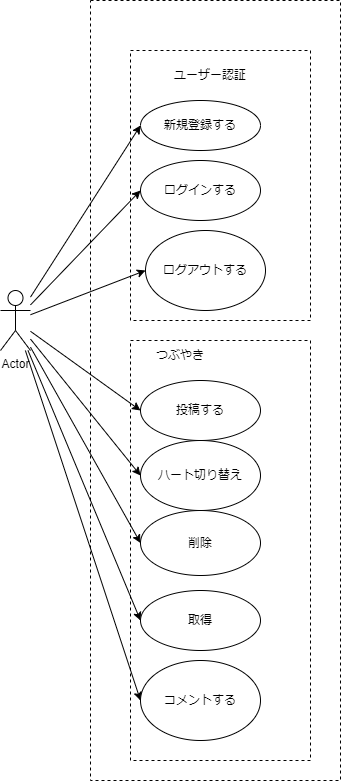
Earlier version of the draw.io export 設計/usecase.drawio.png (junnichi-tajima/SNS_test). Source tidied: cells renumbered, new cells last; positions are measured from the earlier drawing's top-left corner, leaving out a move shared by most shapes.
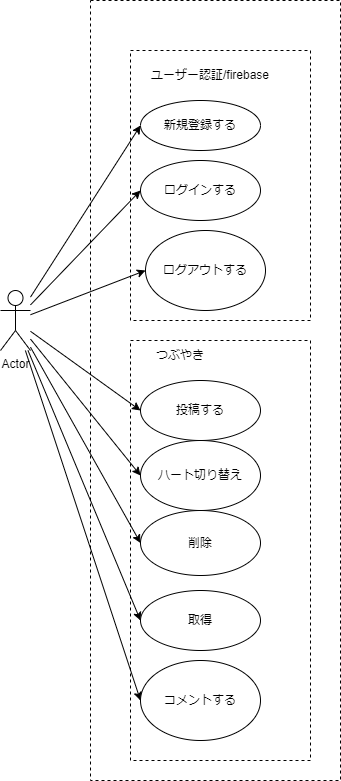
After the change.

Change to the diagram source:
```diff
@@ -38,8 +38,8 @@
     <mxCell id="13" value="Actor" style="shape=umlActor;verticalLabelPosition=bottom;verticalAlign=top;html=1;outlineConnect=0;" parent="1" vertex="1">
       <mxGeometry y="290" width="30" height="60" as="geometry" />
     </mxCell>
-    <mxCell id="14" value="ユーザー認証" style="text;html=1;strokeColor=none;fillColor=none;align=center;verticalAlign=middle;whiteSpace=wrap;rounded=0;" parent="1" vertex="1">
-      <mxGeometry x="160" y="60" width="100" height="30" as="geometry" />
+    <mxCell id="14" value="ユーザー認証/firebase" style="text;html=1;strokeColor=none;fillColor=none;align=center;verticalAlign=middle;whiteSpace=wrap;rounded=0;" parent="1" vertex="1">
+      <mxGeometry x="145" y="60" width="130" height="30" as="geometry" />
     </mxCell>
     <mxCell id="15" value="つぶやき" style="text;html=1;strokeColor=none;fillColor=none;align=center;verticalAlign=middle;whiteSpace=wrap;rounded=0;" parent="1" vertex="1">
       <mxGeometry x="150" y="340" width="60" height="30" as="geometry" />
```
